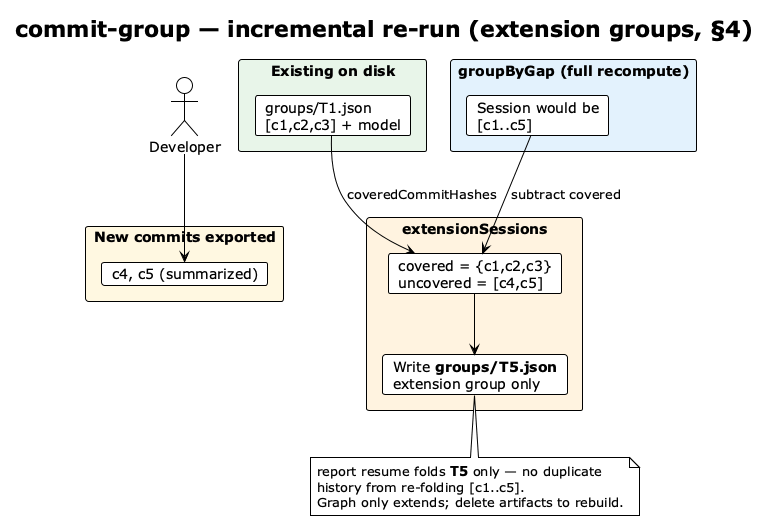
Before: img/commit-group-incremental.png, a diagram exported from PlantUML (vzakharchenko/dev-workgraph). Source of this version:
```plantuml
@startuml commit-group-incremental
!theme plain
skinparam shadowing false

title **commit-group** — incremental re-run (extension groups, §4)

actor "Developer" as DEV

rectangle "**Existing on disk**" #E8F5E9 {
  card "groups/T1.json\n[c1,c2,c3] + model" as G1
}

rectangle "**New commits exported**" #FFF8E1 {
  card "c4, c5 (summarized)" as NC
}

rectangle "**groupByGap (full recompute)**" #E3F2FD {
  card "Session would be\n[c1..c5]" as FULL
}

rectangle "**extensionSessions**" #FFF3E0 {
  card "covered = {c1,c2,c3}\nuncovered = [c4,c5]" as EXT
  card "Write **groups/T5.json**\nextension group only" as OUT
}

DEV --> NC
G1 --> EXT : coveredCommitHashes
FULL --> EXT : subtract covered
EXT --> OUT

note bottom of OUT
  report resume folds **T5** only — no duplicate
  history from re-folding [c1..c5].
  Graph only extends; delete artifacts to rebuild.
end note

@enduml
```
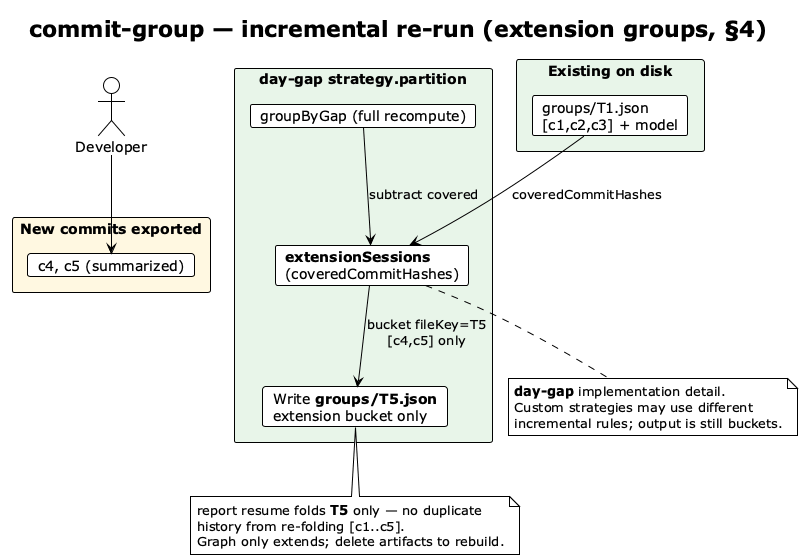
The same file after the commit.

Change to the diagram source:
```diff
@@ -14,19 +14,22 @@
   card "c4, c5 (summarized)" as NC
 }
 
-rectangle "**groupByGap (full recompute)**" #E3F2FD {
-  card "Session would be\n[c1..c5]" as FULL
-}
-
-rectangle "**extensionSessions**" #FFF3E0 {
-  card "covered = {c1,c2,c3}\nuncovered = [c4,c5]" as EXT
-  card "Write **groups/T5.json**\nextension group only" as OUT
+rectangle "**day-gap strategy.partition**" #E8F5E9 {
+  card "groupByGap (full recompute)" as FULL
+  card "**extensionSessions**\n(coveredCommitHashes)" as EXT
+  card "Write **groups/T5.json**\nextension bucket only" as OUT
 }
 
 DEV --> NC
 G1 --> EXT : coveredCommitHashes
 FULL --> EXT : subtract covered
-EXT --> OUT
+EXT --> OUT : bucket fileKey=T5\n[c4,c5] only
+
+note bottom of EXT
+  **day-gap** implementation detail.
+  Custom strategies may use different
+  incremental rules; output is still buckets.
+end note
 
 note bottom of OUT
   report resume folds **T5** only — no duplicate
```
